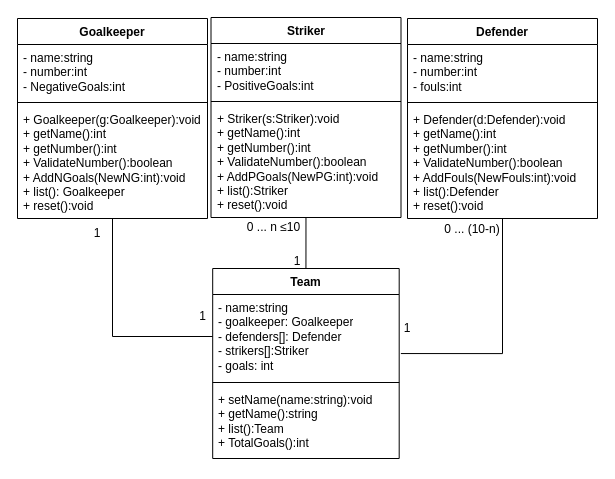
Earlier version of the draw.io diagram Diagrama sem nome.drawio (NarayaneRM/newmusic). Source tidied: cells renumbered, new cells numbered last; positions are measured from the earlier drawing's top-left corner, leaving out a move shared by most shapes. Both pictures are drawn from the tidied source at 100%, with x=0, y=0 at pixel (17, 17).
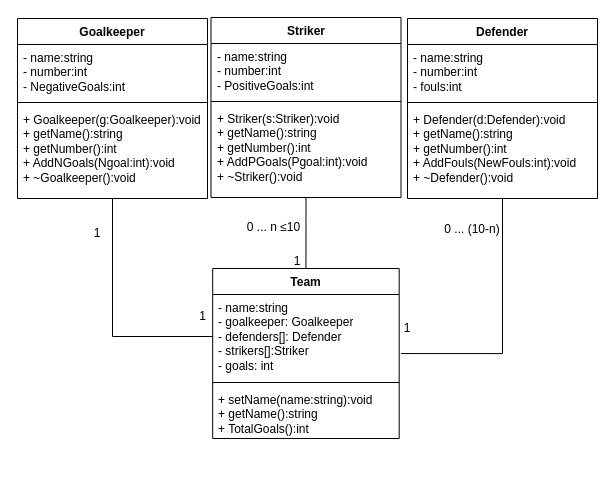
After the change.

What changed in the source:
```diff
@@
     <mxCell id="3" value="Goalkeeper" style="swimlane;fontStyle=1;align=center;verticalAlign=top;horizontal=1;startSize=26;whiteSpace=wrap;html=1;" parent="1" vertex="1">
-      <mxGeometry y="1" width="190" height="200" as="geometry" />
+      <mxGeometry y="1" width="190" height="180" as="geometry" />
     </mxCell>
@@
-    <mxCell id="6" value="+ Goalkeeper(g:Goalkeeper):void&lt;br&gt;+ getName():int&lt;br style=&quot;border-color: var(--border-color);&quot;&gt;+ getNumber():int&lt;br&gt;+ ValidateNumber():boolean&lt;br&gt;+ AddNGoals(NewNG:int):void&lt;br&gt;+ list(): Goalkeeper&lt;br&gt;+ reset():void" style="text;strokeColor=none;fillColor=none;align=left;verticalAlign=top;spacingLeft=4;spacingRight=4;overflow=hidden;whiteSpace=wrap;html=1;" parent="3" vertex="1">
-      <mxGeometry y="88" width="190" height="112" as="geometry" />
+    <mxCell id="6" value="+ Goalkeeper(g:Goalkeeper):void&lt;br&gt;+ getName():string&lt;br style=&quot;border-color: var(--border-color);&quot;&gt;+ getNumber():int&lt;br&gt;+ AddNGoals(Ngoal:int):void&lt;br&gt;+ ~Goalkeeper():void" style="text;strokeColor=none;fillColor=none;align=left;verticalAlign=top;spacingLeft=4;spacingRight=4;overflow=hidden;whiteSpace=wrap;html=1;" parent="3" vertex="1">
+      <mxGeometry y="88" width="190" height="92" as="geometry" />
     </mxCell>
@@
     <mxCell id="8" value="Striker" style="swimlane;fontStyle=1;align=center;verticalAlign=top;horizontal=1;startSize=26;whiteSpace=wrap;html=1;" parent="1" vertex="1">
-      <mxGeometry x="193.5" width="190" height="200" as="geometry" />
+      <mxGeometry x="193.5" width="190" height="180" as="geometry" />
     </mxCell>
@@
-    <mxCell id="11" value="+ Striker(s:Striker):void&lt;br style=&quot;border-color: var(--border-color);&quot;&gt;+ getName():int&lt;br style=&quot;border-color: var(--border-color);&quot;&gt;+ getNumber():int&lt;br style=&quot;border-color: var(--border-color);&quot;&gt;+ ValidateNumber():boolean&lt;br&gt;+ AddPGoals(NewPG:int):void&lt;br&gt;+ list():Striker&lt;br&gt;+ reset():void&lt;br&gt;" style="text;strokeColor=none;fillColor=none;align=left;verticalAlign=top;spacingLeft=4;spacingRight=4;overflow=hidden;whiteSpace=wrap;html=1;" parent="8" vertex="1">
-      <mxGeometry y="88" width="190" height="112" as="geometry" />
+    <mxCell id="11" value="+ Striker(s:Striker):void&lt;br style=&quot;border-color: var(--border-color);&quot;&gt;+ getName():string&lt;br&gt;+ getNumber():int&lt;br style=&quot;border-color: var(--border-color);&quot;&gt;+ AddPGoals(Pgoal:int):void&lt;br&gt;+ ~Striker():void" style="text;strokeColor=none;fillColor=none;align=left;verticalAlign=top;spacingLeft=4;spacingRight=4;overflow=hidden;whiteSpace=wrap;html=1;" parent="8" vertex="1">
+      <mxGeometry y="88" width="190" height="92" as="geometry" />
     </mxCell>
@@
     <mxCell id="13" value="Defender" style="swimlane;fontStyle=1;align=center;verticalAlign=top;horizontal=1;startSize=26;whiteSpace=wrap;html=1;" parent="1" vertex="1">
-      <mxGeometry x="390" y="1" width="190" height="200" as="geometry" />
+      <mxGeometry x="390" y="1" width="190" height="180" as="geometry" />
     </mxCell>
@@
-    <mxCell id="16" value="+ Defender(d:Defender):void&lt;br style=&quot;border-color: var(--border-color);&quot;&gt;+ getName():int&lt;br style=&quot;border-color: var(--border-color);&quot;&gt;+ getNumber():int&lt;br style=&quot;border-color: var(--border-color);&quot;&gt;+ ValidateNumber():boolean&lt;br&gt;+ AddFouls(NewFouls:int):void&lt;br&gt;+ list():Defender&lt;br&gt;+ reset():void" style="text;strokeColor=none;fillColor=none;align=left;verticalAlign=top;spacingLeft=4;spacingRight=4;overflow=hidden;whiteSpace=wrap;html=1;" parent="13" vertex="1">
-      <mxGeometry y="88" width="190" height="112" as="geometry" />
+    <mxCell id="16" value="+ Defender(d:Defender):void&lt;br style=&quot;border-color: var(--border-color);&quot;&gt;+ getName():string&lt;br style=&quot;border-color: var(--border-color);&quot;&gt;+ getNumber():int&lt;br style=&quot;border-color: var(--border-color);&quot;&gt;+ AddFouls(NewFouls:int):void&lt;br&gt;+ ~Defender():void" style="text;strokeColor=none;fillColor=none;align=left;verticalAlign=top;spacingLeft=4;spacingRight=4;overflow=hidden;whiteSpace=wrap;html=1;" parent="13" vertex="1">
+      <mxGeometry y="88" width="190" height="92" as="geometry" />
     </mxCell>
     <mxCell id="17" value="Team" style="swimlane;fontStyle=1;align=center;verticalAlign=top;horizontal=1;startSize=26;whiteSpace=wrap;html=1;" parent="1" vertex="1">
-      <mxGeometry x="195.2" y="251" width="186.5" height="190" as="geometry" />
+      <mxGeometry x="195.2" y="251" width="186.5" height="170" as="geometry" />
     </mxCell>
@@
-    <mxCell id="20" value="+ setName(name:string):void&lt;br&gt;+ getName():string&lt;br&gt;+ list():Team&lt;br&gt;+ TotalGoals():int" style="text;strokeColor=none;fillColor=none;align=left;verticalAlign=top;spacingLeft=4;spacingRight=4;overflow=hidden;whiteSpace=wrap;html=1;" parent="17" vertex="1">
-      <mxGeometry y="118" width="186.5" height="72" as="geometry" />
+    <mxCell id="20" value="+ setName(name:string):void&lt;br&gt;+ getName():string&lt;br&gt;+ TotalGoals():int" style="text;strokeColor=none;fillColor=none;align=left;verticalAlign=top;spacingLeft=4;spacingRight=4;overflow=hidden;whiteSpace=wrap;html=1;" parent="17" vertex="1">
+      <mxGeometry y="118" width="186.5" height="52" as="geometry" />
     </mxCell>
```
